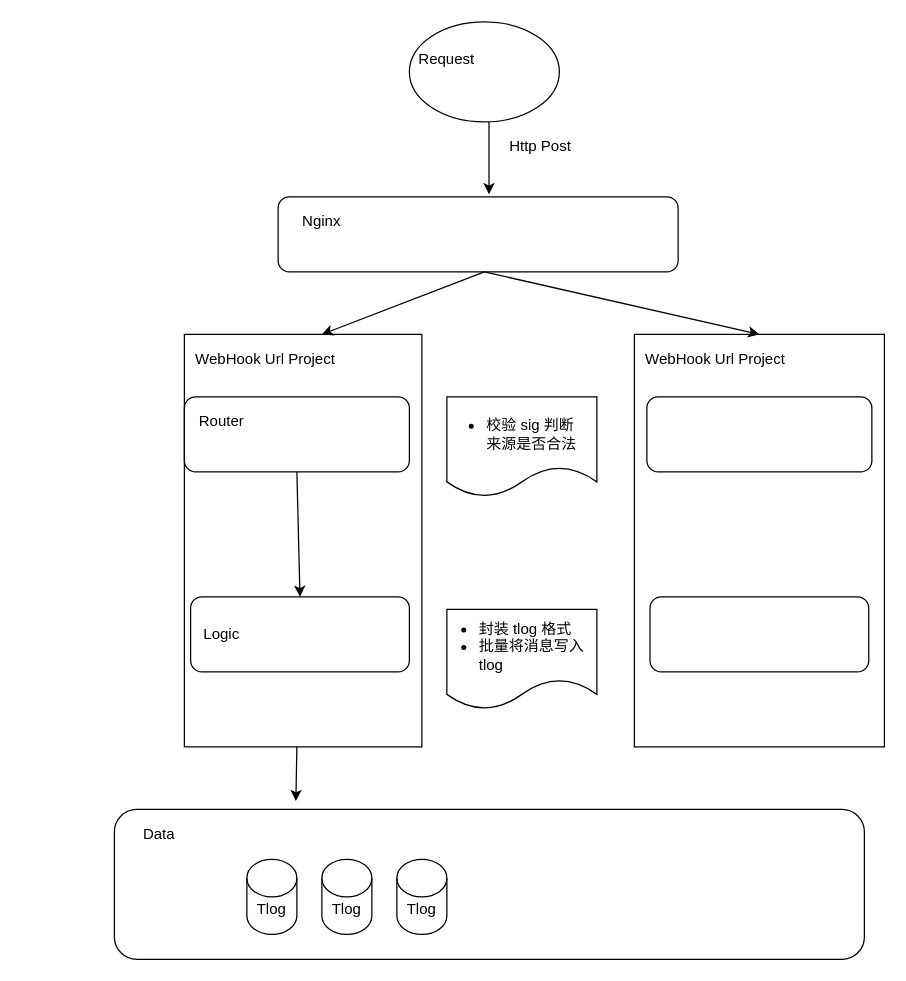
Earlier version of the draw.io diagram Untitled Diagram.drawio (16sgit/api_server). Source tidied: cells renumbered, new cells numbered last; positions are measured from the earlier drawing's top-left corner, leaving out a move shared by most shapes. Both pictures are drawn from the tidied source at 125%, with x=0, y=0 at pixel (114, 21).
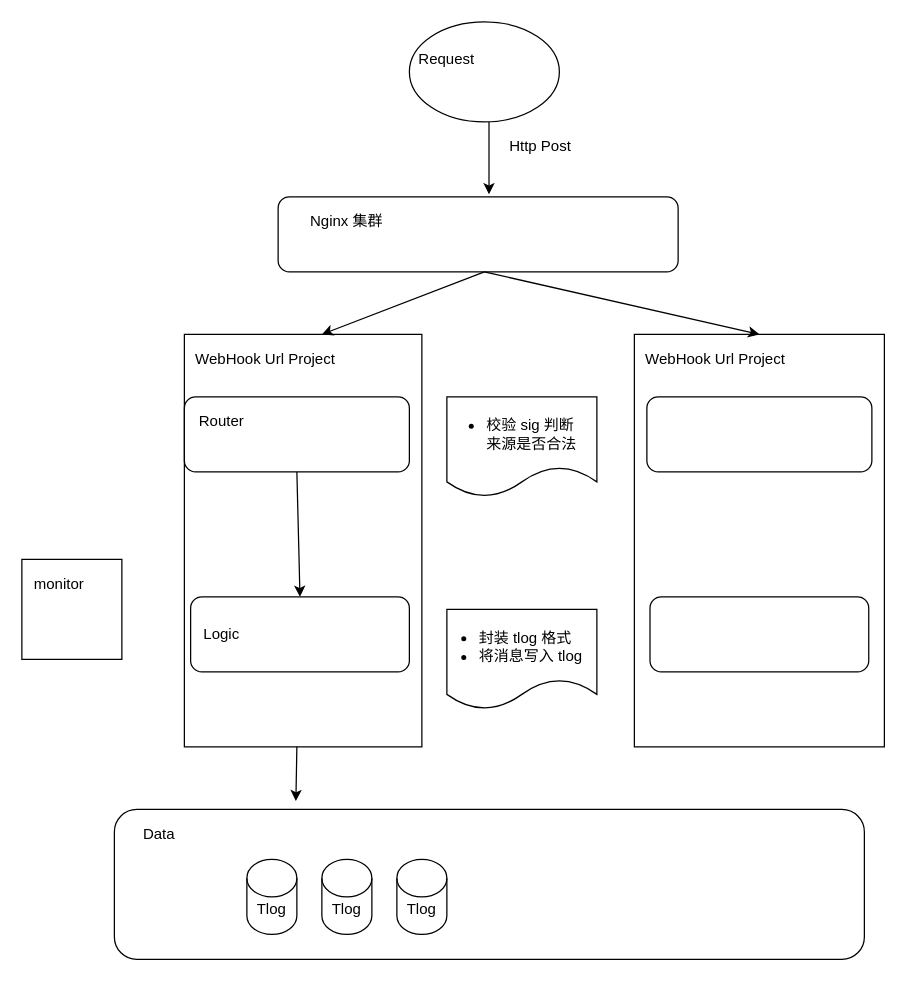
Above is the later version.

The edit, as a diff of the source:
```diff
@@
-    <mxCell id="14" value="Nginx" style="text;html=1;strokeColor=none;fillColor=none;align=center;verticalAlign=middle;whiteSpace=wrap;rounded=0;" parent="1" vertex="1">
-      <mxGeometry x="146" y="150" width="40" height="20" as="geometry" />
+    <mxCell id="14" value="Nginx 集群" style="text;html=1;strokeColor=none;fillColor=none;align=center;verticalAlign=middle;whiteSpace=wrap;rounded=0;" parent="1" vertex="1">
+      <mxGeometry x="146" y="150" width="80" height="20" as="geometry" />
     </mxCell>
@@
-    <mxCell id="31" value="&lt;ul&gt;&lt;li&gt;封装 tlog 格式&lt;/li&gt;&lt;li&gt;批量将消息写入 tlog&lt;/li&gt;&lt;/ul&gt;" style="text;strokeColor=none;fillColor=none;html=1;whiteSpace=wrap;verticalAlign=middle;overflow=hidden;" parent="1" vertex="1">
+    <mxCell id="31" value="&lt;ul&gt;&lt;li&gt;封装 tlog 格式&lt;/li&gt;&lt;li&gt;将消息写入 tlog&lt;/li&gt;&lt;/ul&gt;" style="text;strokeColor=none;fillColor=none;html=1;whiteSpace=wrap;verticalAlign=middle;overflow=hidden;" parent="1" vertex="1">
       <mxGeometry x="250" y="460" width="136" height="80" as="geometry" />
     </mxCell>
@@
+    <mxCell id="34" style="whiteSpace=wrap;html=1;" parent="1" vertex="1">
+      <mxGeometry x="-74" y="430" width="80" height="80" as="geometry" />
+    </mxCell>
+    <mxCell id="35" value="monitor" style="text;html=1;strokeColor=none;fillColor=none;align=center;verticalAlign=middle;whiteSpace=wrap;rounded=0;" parent="1" vertex="1">
+      <mxGeometry x="-64" y="440" width="40" height="20" as="geometry" />
+    </mxCell>
```
